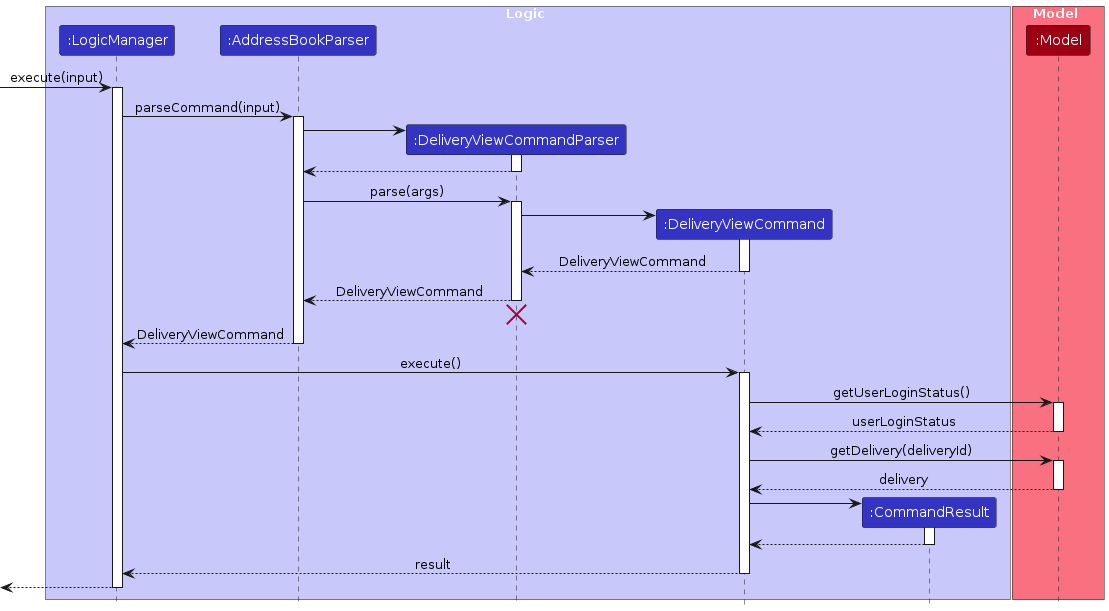
zhonghan721/tp keeps this PlantUML diagram as diagrams/implementation/delivery/DeliveryViewSequenceDiagram.png. Above is the earlier version. Its source is kept beside it as diagrams/implementation/delivery/DeliveryViewSequenceDiagram.puml.
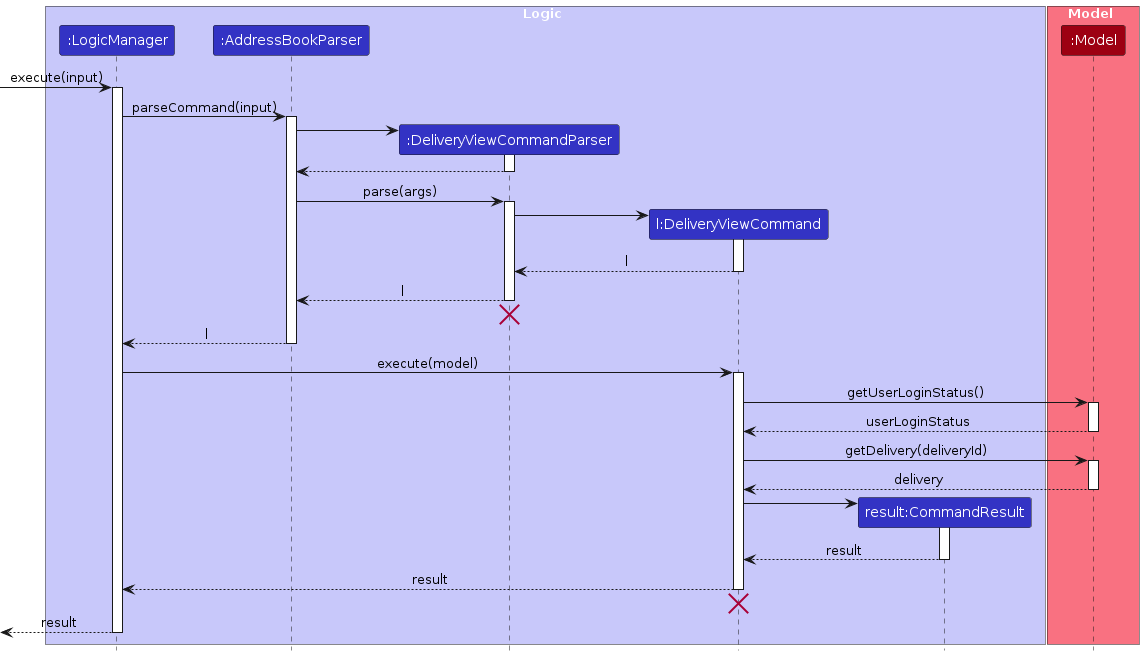
Later version of the same file.

What changed in the source:
```diff
@@ -7,8 +7,8 @@
 participant ":LogicManager" as LogicManager LOGIC_COLOR
 participant ":AddressBookParser" as AddressBookParser LOGIC_COLOR
 participant ":DeliveryViewCommandParser" as DeliveryViewCommandParser LOGIC_COLOR
-participant ":DeliveryViewCommand" as DeliveryViewCommand LOGIC_COLOR
-participant ":CommandResult" as CommandResult LOGIC_COLOR
+participant "l:DeliveryViewCommand" as DeliveryViewCommand LOGIC_COLOR
+participant "result:CommandResult" as CommandResult LOGIC_COLOR
 end box
 
 box Model MODEL_COLOR_T1
@@ -35,18 +35,18 @@
 DeliveryViewCommandParser -> DeliveryViewCommand
 activate DeliveryViewCommand
 
-DeliveryViewCommand --> DeliveryViewCommandParser : DeliveryViewCommand
+DeliveryViewCommand --> DeliveryViewCommandParser : l
 deactivate DeliveryViewCommand
 
-DeliveryViewCommandParser --> AddressBookParser : DeliveryViewCommand
+DeliveryViewCommandParser --> AddressBookParser : l
 deactivate DeliveryViewCommandParser
 DeliveryViewCommandParser -[hidden]-> AddressBookParser
 destroy DeliveryViewCommandParser
 
-AddressBookParser --> LogicManager : DeliveryViewCommand
+AddressBookParser --> LogicManager : l
 deactivate AddressBookParser
 
-LogicManager -> DeliveryViewCommand : execute()
+LogicManager -> DeliveryViewCommand : execute(model)
 activate DeliveryViewCommand
 
 DeliveryViewCommand -> Model : getUserLoginStatus()
@@ -65,12 +65,15 @@
 DeliveryViewCommand -> CommandResult
 activate CommandResult
 
-CommandResult --> DeliveryViewCommand
+CommandResult --> DeliveryViewCommand : result
 deactivate CommandResult
 
 DeliveryViewCommand --> LogicManager : result
 deactivate DeliveryViewCommand
 
-[<--LogicManager
+DeliveryViewCommand -[hidden]-> LogicManager
+destroy DeliveryViewCommand
+
+[<--LogicManager : result
 deactivate LogicManager
 @enduml
```
